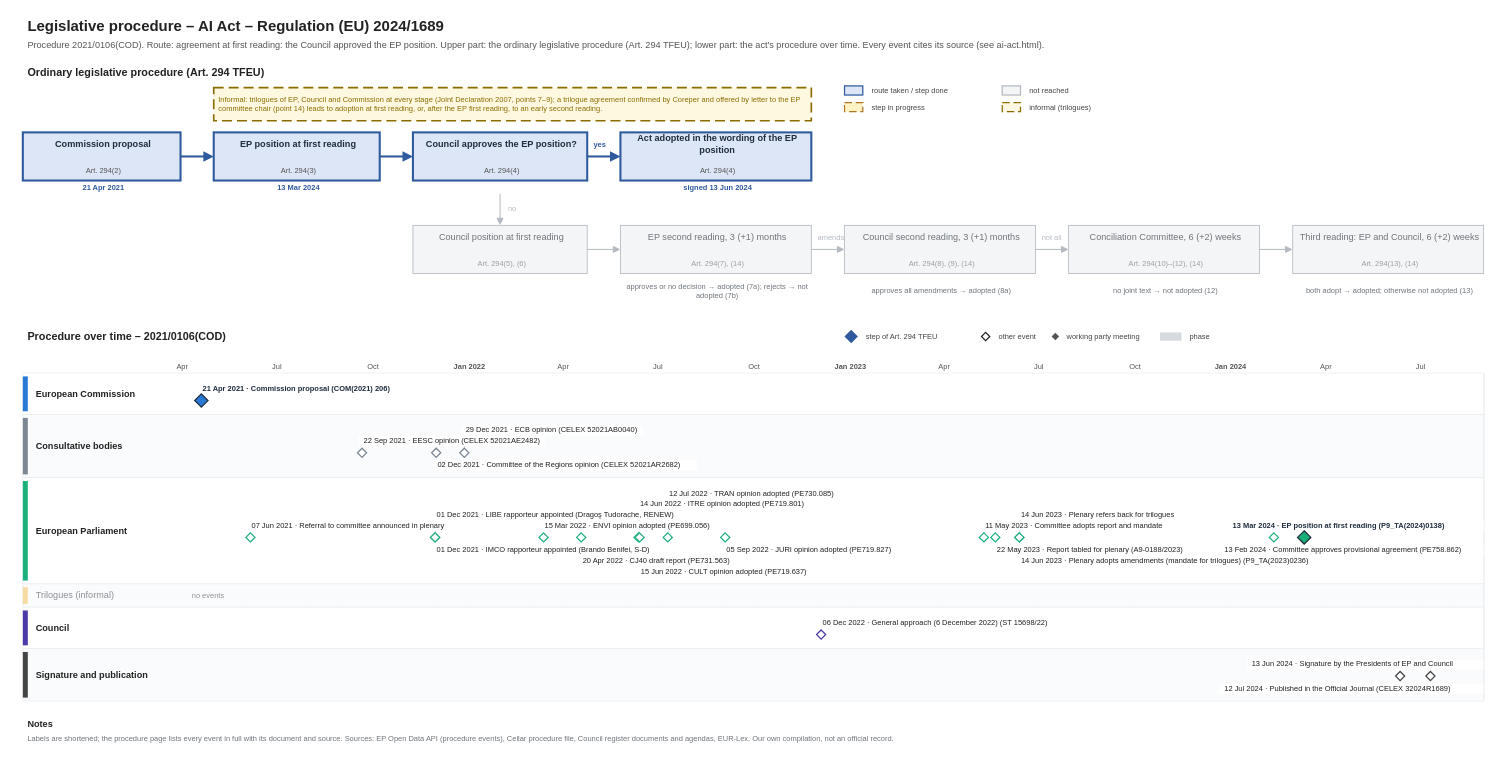
Before: procedures/ai-act.drawio in git-z0man/eu-regulation-timeline, a draw.io diagram. Source tidied: cells renumbered, new cells numbered last; positions are measured from the earlier drawing's top-left corner, leaving out a move shared by most shapes. Both pictures are drawn from the tidied source at 83%, with x=0, y=0 at pixel (14, 14).
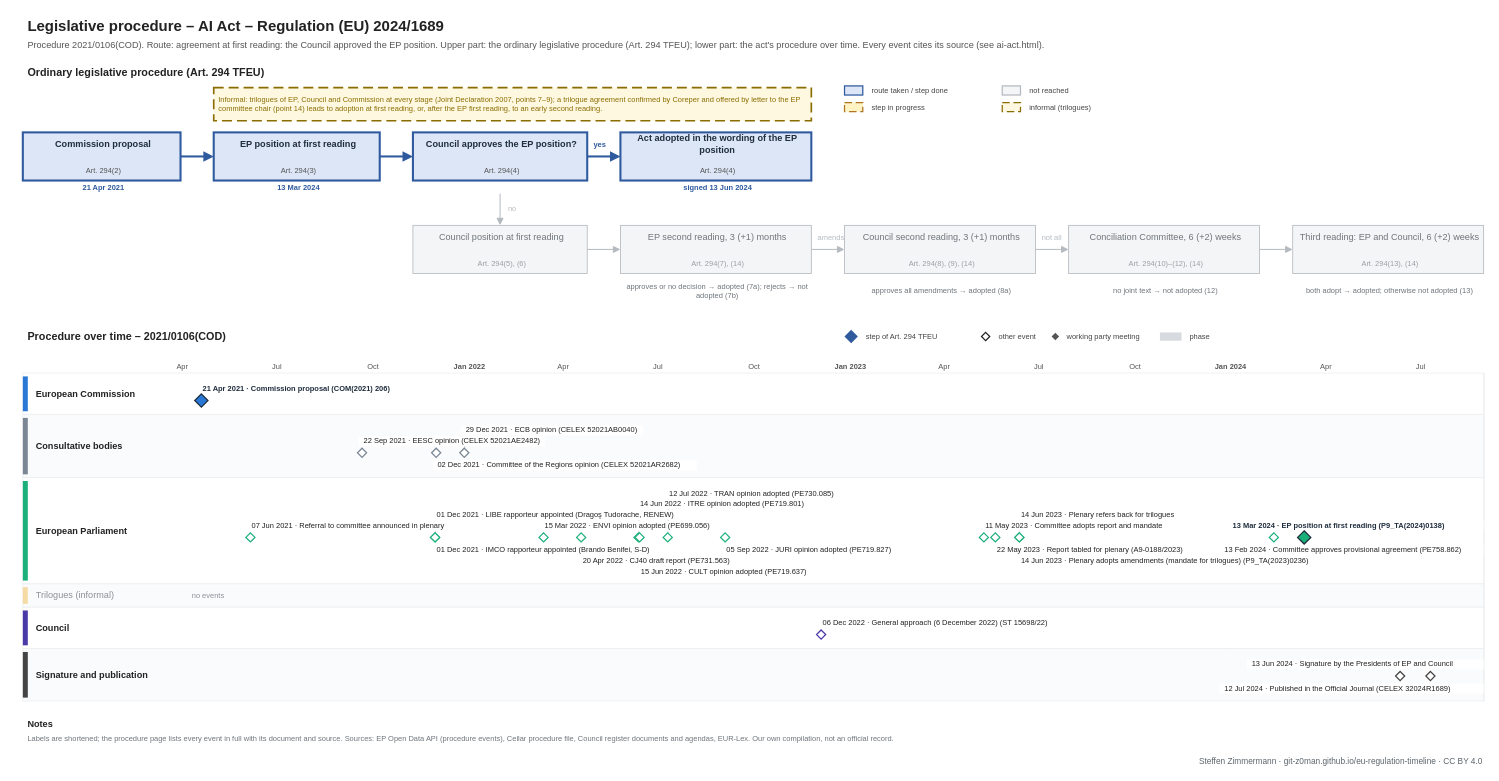
The same diagram, later.

Change to the diagram source:
```diff
@@
+    <mxCell id="199" value="Steffen Zimmermann · git-z0man.github.io/eu-regulation-timeline · CC BY 4.0" style="text;html=1;fontSize=10;fontColor=#5b646b;align=right;verticalAlign=middle;spacingLeft=4;" parent="1" vertex="1">
+      <mxGeometry x="10" y="891" width="1760" height="16" as="geometry" />
+    </mxCell>
```
